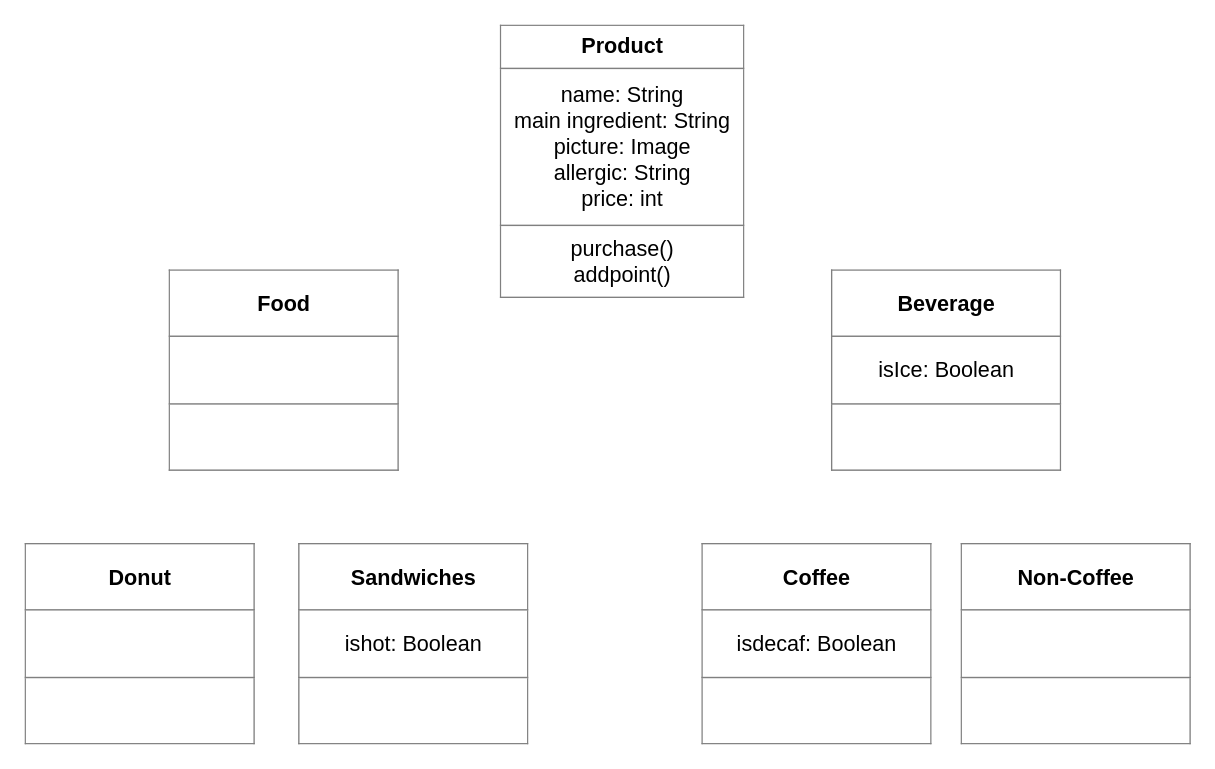
Earlier version of the draw.io diagram page "Page-2" (2 of 2) of Multicampus2021/Java/Untitled Diagram.drawio (Heyrin553/TIL). Source tidied: cells renumbered, new cells numbered last; positions are measured from the earlier drawing's top-left corner, leaving out a move shared by most shapes. Both pictures are drawn from the tidied source at 144%, with x=0, y=0 at pixel (24, 24).
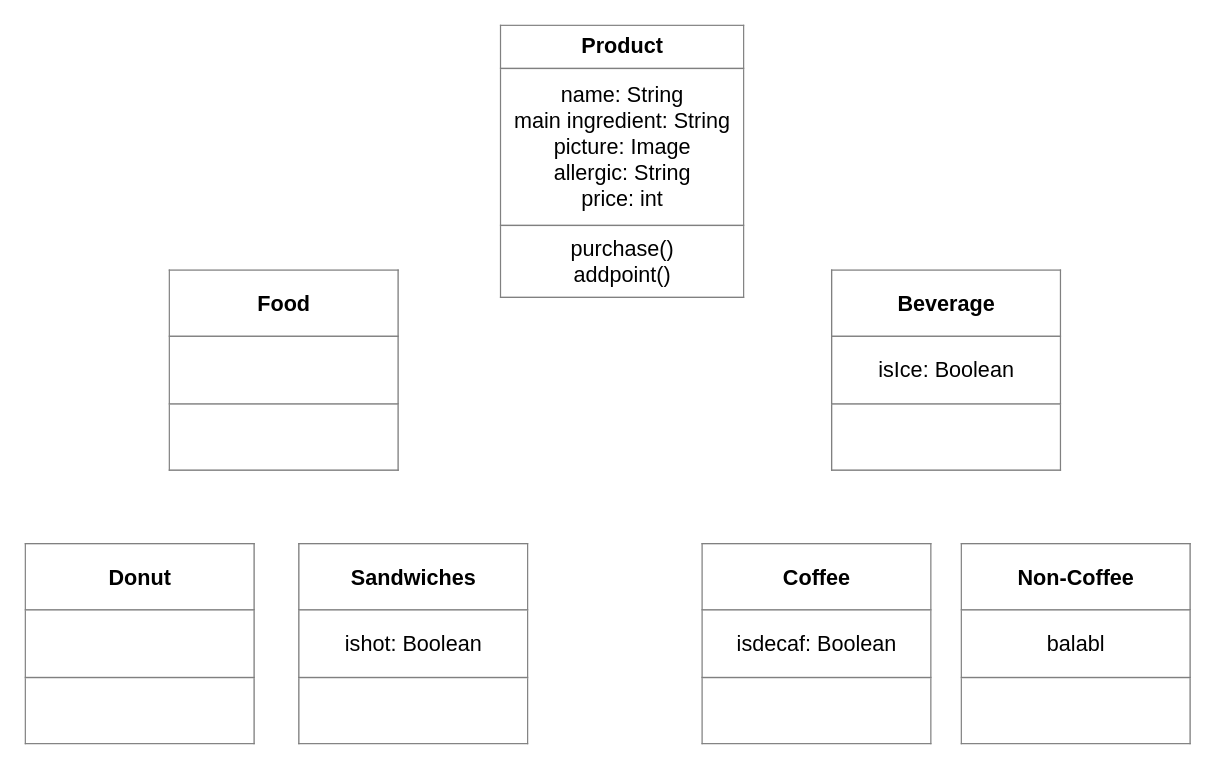
The same page after the edit.

The edit, as a diff of the source:
```diff
@@
 <mxGraphModel>
   <root>
     <mxCell id="0" />
     <mxCell id="1" parent="0" />
     <mxCell id="2" value="&lt;table border=&quot;1&quot; width=&quot;100%&quot; cellpadding=&quot;4&quot; style=&quot;width: 100% ; height: 100% ; border-collapse: collapse ; font-size: 15px&quot;&gt;&lt;tbody&gt;&lt;tr&gt;&lt;th align=&quot;center&quot;&gt;&lt;font style=&quot;font-size: 15px&quot;&gt;Product&lt;/font&gt;&lt;/th&gt;&lt;/tr&gt;&lt;tr&gt;&lt;td align=&quot;center&quot;&gt;&lt;font style=&quot;font-size: 15px&quot;&gt;name: String&lt;br&gt;main ingredient: String&lt;br&gt;picture: Image&lt;br&gt;allergic: String&lt;br&gt;price: int&lt;/font&gt;&lt;/td&gt;&lt;/tr&gt;&lt;tr&gt;&lt;td align=&quot;center&quot;&gt;&lt;font style=&quot;font-size: 15px&quot;&gt;purchase()&lt;br&gt;addpoint()&lt;/font&gt;&lt;/td&gt;&lt;/tr&gt;&lt;/tbody&gt;&lt;/table&gt;" style="text;html=1;strokeColor=none;fillColor=none;overflow=fill;strokeWidth=4;" parent="1" vertex="1">
       <mxGeometry x="330" width="170" height="190" as="geometry" />
     </mxCell>
     <mxCell id="3" value="&lt;table border=&quot;1&quot; width=&quot;100%&quot; cellpadding=&quot;4&quot; style=&quot;width: 100% ; height: 100% ; border-collapse: collapse ; font-size: 15px&quot;&gt;&lt;tbody&gt;&lt;tr&gt;&lt;th align=&quot;center&quot;&gt;&lt;font style=&quot;font-size: 15px&quot;&gt;Food&lt;/font&gt;&lt;/th&gt;&lt;/tr&gt;&lt;tr&gt;&lt;td align=&quot;center&quot;&gt;&lt;font style=&quot;font-size: 15px&quot;&gt;&lt;br&gt;&lt;/font&gt;&lt;/td&gt;&lt;/tr&gt;&lt;tr&gt;&lt;td align=&quot;center&quot;&gt;&lt;font style=&quot;font-size: 15px&quot;&gt;&lt;br&gt;&lt;/font&gt;&lt;/td&gt;&lt;/tr&gt;&lt;/tbody&gt;&lt;/table&gt;" style="text;html=1;strokeColor=none;fillColor=none;overflow=fill;" parent="1" vertex="1">
       <mxGeometry x="100" y="170" width="160" height="140" as="geometry" />
     </mxCell>
     <mxCell id="4" value="&lt;table border=&quot;1&quot; width=&quot;100%&quot; cellpadding=&quot;4&quot; style=&quot;width: 100% ; height: 100% ; border-collapse: collapse ; font-size: 15px&quot;&gt;&lt;tbody&gt;&lt;tr&gt;&lt;th align=&quot;center&quot;&gt;&lt;font style=&quot;font-size: 15px&quot;&gt;Beverage&lt;/font&gt;&lt;/th&gt;&lt;/tr&gt;&lt;tr&gt;&lt;td align=&quot;center&quot;&gt;&lt;font style=&quot;font-size: 15px&quot;&gt;isIce: Boolean&lt;/font&gt;&lt;/td&gt;&lt;/tr&gt;&lt;tr&gt;&lt;td align=&quot;center&quot;&gt;&lt;font style=&quot;font-size: 15px&quot;&gt;&lt;br&gt;&lt;/font&gt;&lt;/td&gt;&lt;/tr&gt;&lt;/tbody&gt;&lt;/table&gt;" style="text;html=1;strokeColor=none;fillColor=none;overflow=fill;" parent="1" vertex="1">
       <mxGeometry x="560" y="170" width="160" height="140" as="geometry" />
     </mxCell>
     <mxCell id="5" value="&lt;table border=&quot;1&quot; width=&quot;100%&quot; cellpadding=&quot;4&quot; style=&quot;width: 100% ; height: 100% ; border-collapse: collapse ; font-size: 15px&quot;&gt;&lt;tbody&gt;&lt;tr&gt;&lt;th align=&quot;center&quot;&gt;&lt;font style=&quot;font-size: 15px&quot;&gt;Sandwiches&lt;/font&gt;&lt;/th&gt;&lt;/tr&gt;&lt;tr&gt;&lt;td align=&quot;center&quot;&gt;&lt;font style=&quot;font-size: 15px&quot;&gt;ishot: Boolean&lt;/font&gt;&lt;/td&gt;&lt;/tr&gt;&lt;tr&gt;&lt;td align=&quot;center&quot;&gt;&lt;font style=&quot;font-size: 15px&quot;&gt;&lt;br&gt;&lt;/font&gt;&lt;/td&gt;&lt;/tr&gt;&lt;/tbody&gt;&lt;/table&gt;" style="text;html=1;strokeColor=none;fillColor=none;overflow=fill;" parent="1" vertex="1">
       <mxGeometry x="190" y="360" width="160" height="140" as="geometry" />
     </mxCell>
     <mxCell id="6" value="&lt;table border=&quot;1&quot; width=&quot;100%&quot; cellpadding=&quot;4&quot; style=&quot;width: 100% ; height: 100% ; border-collapse: collapse ; font-size: 15px&quot;&gt;&lt;tbody&gt;&lt;tr&gt;&lt;th align=&quot;center&quot;&gt;&lt;font style=&quot;font-size: 15px&quot;&gt;Donut&lt;/font&gt;&lt;/th&gt;&lt;/tr&gt;&lt;tr&gt;&lt;td align=&quot;center&quot;&gt;&lt;font style=&quot;font-size: 15px&quot;&gt;&lt;br&gt;&lt;/font&gt;&lt;/td&gt;&lt;/tr&gt;&lt;tr&gt;&lt;td align=&quot;center&quot;&gt;&lt;font style=&quot;font-size: 15px&quot;&gt;&lt;br&gt;&lt;/font&gt;&lt;/td&gt;&lt;/tr&gt;&lt;/tbody&gt;&lt;/table&gt;" style="text;html=1;strokeColor=none;fillColor=none;overflow=fill;" parent="1" vertex="1">
       <mxGeometry y="360" width="160" height="140" as="geometry" />
     </mxCell>
     <mxCell id="7" value="&lt;table border=&quot;1&quot; width=&quot;100%&quot; cellpadding=&quot;4&quot; style=&quot;width: 100% ; height: 100% ; border-collapse: collapse ; font-size: 15px&quot;&gt;&lt;tbody&gt;&lt;tr&gt;&lt;th align=&quot;center&quot;&gt;&lt;font style=&quot;font-size: 15px&quot;&gt;Coffee&lt;/font&gt;&lt;/th&gt;&lt;/tr&gt;&lt;tr&gt;&lt;td align=&quot;center&quot;&gt;&lt;font style=&quot;font-size: 15px&quot;&gt;isdecaf: Boolean&lt;/font&gt;&lt;/td&gt;&lt;/tr&gt;&lt;tr&gt;&lt;td align=&quot;center&quot;&gt;&lt;font style=&quot;font-size: 15px&quot;&gt;&lt;br&gt;&lt;/font&gt;&lt;/td&gt;&lt;/tr&gt;&lt;/tbody&gt;&lt;/table&gt;" style="text;html=1;strokeColor=none;fillColor=none;overflow=fill;" parent="1" vertex="1">
       <mxGeometry x="470" y="360" width="160" height="140" as="geometry" />
     </mxCell>
-    <mxCell id="8" value="&lt;table border=&quot;1&quot; width=&quot;100%&quot; cellpadding=&quot;4&quot; style=&quot;width: 100% ; height: 100% ; border-collapse: collapse ; font-size: 15px&quot;&gt;&lt;tbody&gt;&lt;tr&gt;&lt;th align=&quot;center&quot;&gt;&lt;font style=&quot;font-size: 15px&quot;&gt;Non-Coffee&lt;/font&gt;&lt;/th&gt;&lt;/tr&gt;&lt;tr&gt;&lt;td align=&quot;center&quot;&gt;&lt;font style=&quot;font-size: 15px&quot;&gt;&lt;br&gt;&lt;/font&gt;&lt;/td&gt;&lt;/tr&gt;&lt;tr&gt;&lt;td align=&quot;center&quot;&gt;&lt;font style=&quot;font-size: 15px&quot;&gt;&lt;br&gt;&lt;/font&gt;&lt;/td&gt;&lt;/tr&gt;&lt;/tbody&gt;&lt;/table&gt;" style="text;html=1;strokeColor=none;fillColor=none;overflow=fill;" parent="1" vertex="1">
+    <mxCell id="8" value="&lt;table border=&quot;1&quot; width=&quot;100%&quot; cellpadding=&quot;4&quot; style=&quot;width: 100% ; height: 100% ; border-collapse: collapse ; font-size: 15px&quot;&gt;&lt;tbody&gt;&lt;tr&gt;&lt;th align=&quot;center&quot;&gt;&lt;font style=&quot;font-size: 15px&quot;&gt;Non-Coffee&lt;/font&gt;&lt;/th&gt;&lt;/tr&gt;&lt;tr&gt;&lt;td align=&quot;center&quot;&gt;&lt;font style=&quot;font-size: 15px&quot;&gt;balabl&lt;/font&gt;&lt;/td&gt;&lt;/tr&gt;&lt;tr&gt;&lt;td align=&quot;center&quot;&gt;&lt;font style=&quot;font-size: 15px&quot;&gt;&lt;br&gt;&lt;/font&gt;&lt;/td&gt;&lt;/tr&gt;&lt;/tbody&gt;&lt;/table&gt;" style="text;html=1;strokeColor=none;fillColor=none;overflow=fill;" parent="1" vertex="1">
       <mxGeometry x="650" y="360" width="160" height="140" as="geometry" />
     </mxCell>
   </root>
 </mxGraphModel>
```
